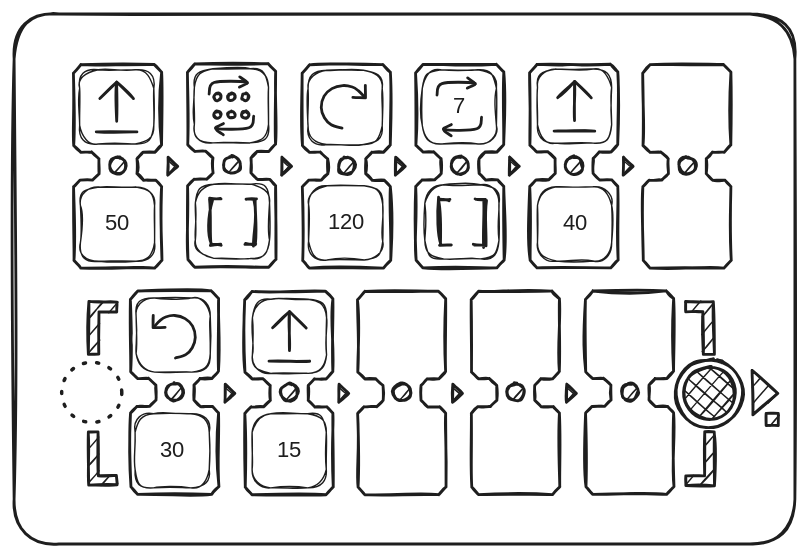
Earlier version of the Excalidraw export docs/images/heart.excalidraw.svg (primastem/docs). Source tidied: one line per element, renumbered; positions are measured from the earlier drawing's top-left corner, leaving out a move shared by most shapes.
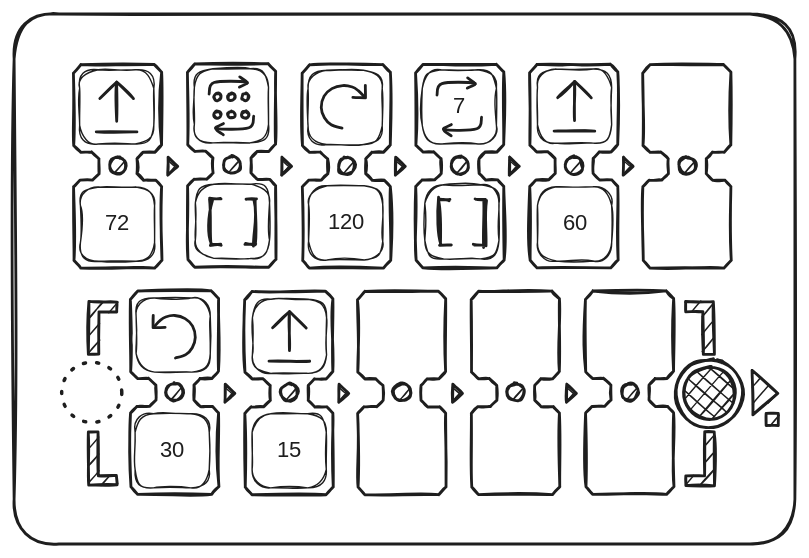
After the commit.

What changed in the source:
```diff
@@ -47,7 +47,7 @@
 {"id": 46, "type": "line", "strokeColor": "#1e1e1e", "backgroundColor": "#ffffff", "fillStyle": "hachure", "strokeWidth": 2, "roughness": 1, "x": 197, "y": 213, "width": 0, "height": 28, "points": [[0, 0], [0, 28]]}
 {"id": 47, "type": "line", "strokeColor": "#1e1e1e", "backgroundColor": "#ffffff", "fillStyle": "hachure", "strokeWidth": 2, "roughness": 1, "x": 182, "y": 248, "width": 29, "height": 0, "points": [[0, 0], [29, 0]]}
 {"id": 48, "type": "rectangle", "strokeColor": "#1e1e1e", "backgroundColor": "#ffffff", "fillStyle": "solid", "strokeWidth": 1, "roughness": 1, "round": true, "x": 47, "y": 124, "width": 53, "height": 53}
-{"id": 49, "type": "text", "text": "50", "strokeColor": "#1e1e1e", "backgroundColor": "#ffffff", "fillStyle": "hachure", "strokeWidth": 2, "roughness": 0, "fontSize": 16, "fontFamily": 5, "textAlign": "center", "verticalAlign": "middle", "inside": 48, "x": 64, "y": 140, "width": 21, "height": 20}
+{"id": 49, "type": "text", "text": "72", "strokeColor": "#1e1e1e", "backgroundColor": "#ffffff", "fillStyle": "hachure", "strokeWidth": 2, "roughness": 0, "fontSize": 16, "fontFamily": 5, "textAlign": "center", "verticalAlign": "middle", "inside": 48, "x": 64, "y": 140, "width": 20, "height": 20}
 {"id": 50, "type": "rectangle", "strokeColor": "#1e1e1e", "backgroundColor": "#ffffff", "fillStyle": "solid", "strokeWidth": 1, "roughness": 1, "round": true, "x": 47, "y": 40, "width": 53, "height": 53}
 {"id": 51, "type": "line", "strokeColor": "#1e1e1e", "backgroundColor": "#ffffff", "fillStyle": "hachure", "strokeWidth": 2, "roughness": 1, "x": 61, "y": 60, "width": 24, "height": 12, "points": [[0, 0], [12, -12], [24, 0]]}
 {"id": 52, "type": "line", "strokeColor": "#1e1e1e", "backgroundColor": "#ffffff", "fillStyle": "hachure", "strokeWidth": 2, "roughness": 1, "x": 73, "y": 49, "width": 0, "height": 28, "points": [[0, 0], [0, 28]]}
@@ -82,7 +82,7 @@
 {"id": 81, "type": "line", "strokeColor": "#1e1e1e", "backgroundColor": "#ffffff", "fillStyle": "hachure", "strokeWidth": 2, "roughness": 1, "x": 400, "y": 48, "width": 0, "height": 28, "points": [[0, 0], [0, 28]]}
 {"id": 82, "type": "line", "strokeColor": "#1e1e1e", "backgroundColor": "#ffffff", "fillStyle": "hachure", "strokeWidth": 2, "roughness": 1, "x": 386, "y": 84, "width": 29, "height": 0, "points": [[0, 0], [29, 0]]}
 {"id": 83, "type": "rectangle", "strokeColor": "#1e1e1e", "backgroundColor": "#ffffff", "fillStyle": "solid", "strokeWidth": 1, "roughness": 1, "round": true, "x": 374, "y": 123, "width": 53, "height": 53}
-{"id": 84, "type": "text", "text": "40", "strokeColor": "#1e1e1e", "backgroundColor": "#ffffff", "fillStyle": "hachure", "strokeWidth": 2, "roughness": 0, "fontSize": 16, "fontFamily": 5, "textAlign": "center", "verticalAlign": "middle", "inside": 83, "x": 390, "y": 140, "width": 20, "height": 20}
+{"id": 84, "type": "text", "text": "60", "strokeColor": "#1e1e1e", "backgroundColor": "#ffffff", "fillStyle": "hachure", "strokeWidth": 2, "roughness": 0, "fontSize": 16, "fontFamily": 5, "textAlign": "center", "verticalAlign": "middle", "inside": 83, "x": 390, "y": 140, "width": 21, "height": 20}
 {"id": 85, "type": "rectangle", "strokeColor": "#1e1e1e", "backgroundColor": "#ffffff", "fillStyle": "solid", "strokeWidth": 1, "roughness": 1, "round": true, "x": 87, "y": 203, "width": 53, "height": 53}
 {"id": 86, "type": "arrow", "strokeColor": "#1e1e1e", "backgroundColor": "#ffffff", "fillStyle": "hachure", "strokeWidth": 2, "roughness": 0, "round": true, "from": 85, "to": 85, "x": 115, "y": 246, "width": 29, "height": 30, "points": [[0, 0], [7, -2], [12, -7], [14, -15], [12, -23], [7, -28], [0, -30], [-7, -29], [-11, -27], [-15, -23]]}
 {"id": 87, "type": "line", "strokeColor": "#1e1e1e", "backgroundColor": "#ffffff", "fillStyle": "hachure", "strokeWidth": 2, "roughness": 1, "x": 99, "y": 215, "width": 9, "height": 9, "points": [[0, 0], [0, 9], [8, 9]]}
```
